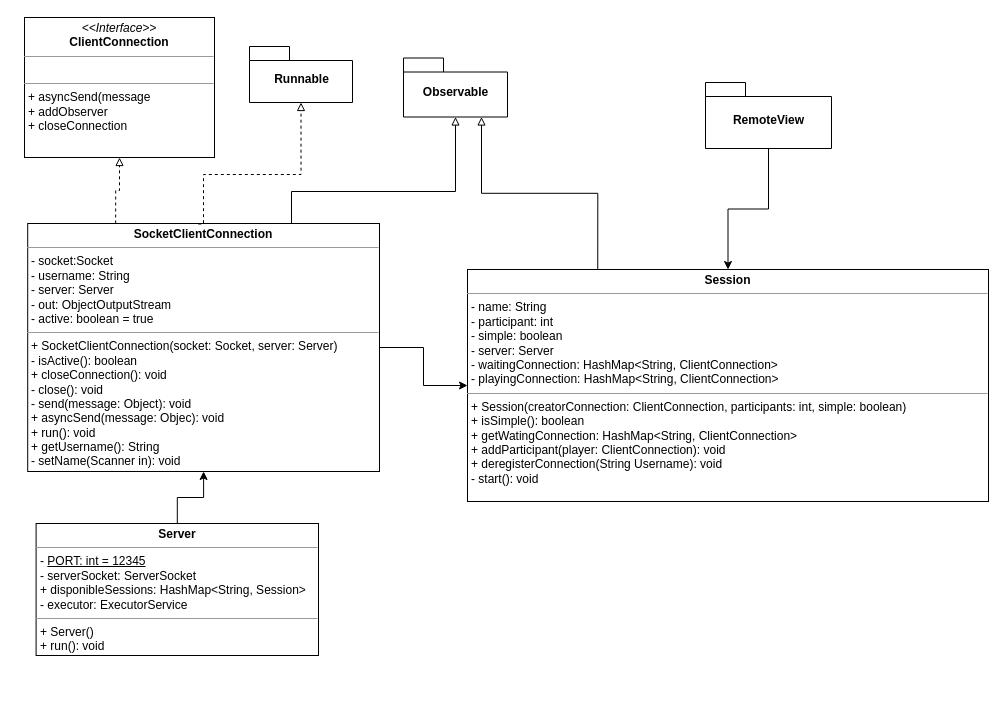
The draw.io diagram UML/Server.drawio in peppetort/POLIMI_SE_19-20_santorini, before the edit. Source tidied: cells renumbered, new cells numbered last; positions are measured from the earlier drawing's top-left corner, leaving out a move shared by most shapes. Both pictures are drawn from the tidied source at 100%, with x=0, y=0 at pixel (24, 17).
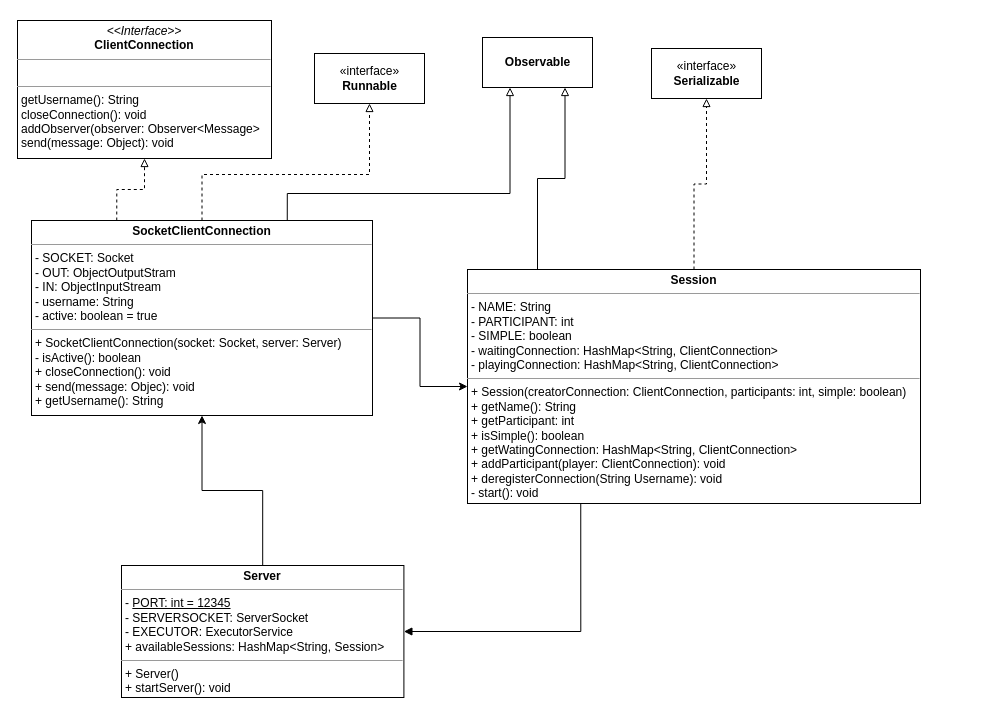
The same diagram, later.

The edit, as a diff of the source:
```diff
@@
-    <mxCell id="2" value="&lt;p style=&quot;margin: 0px ; margin-top: 4px ; text-align: center&quot;&gt;&lt;b&gt;Server&lt;/b&gt;&lt;/p&gt;&lt;hr size=&quot;1&quot;&gt;&lt;p style=&quot;margin: 0px ; margin-left: 4px&quot;&gt;&lt;span&gt;-&amp;nbsp;&lt;/span&gt;&lt;u&gt;PORT: int = 12345&lt;/u&gt;&lt;br&gt;&lt;/p&gt;&lt;p style=&quot;margin: 0px ; margin-left: 4px&quot;&gt;- serverSocket: ServerSocket&lt;/p&gt;&lt;p style=&quot;margin: 0px ; margin-left: 4px&quot;&gt;+ disponibleSessions: HashMap&amp;lt;String, Session&amp;gt;&lt;/p&gt;&lt;p style=&quot;margin: 0px ; margin-left: 4px&quot;&gt;- executor: ExecutorService&lt;/p&gt;&lt;hr size=&quot;1&quot;&gt;&lt;p style=&quot;margin: 0px ; margin-left: 4px&quot;&gt;+ Server()&lt;/p&gt;&lt;p style=&quot;margin: 0px ; margin-left: 4px&quot;&gt;&lt;span&gt;+ run(): void&lt;/span&gt;&lt;br&gt;&lt;/p&gt;" style="verticalAlign=top;align=left;overflow=fill;fontSize=12;fontFamily=Helvetica;html=1;" parent="1" vertex="1">
-      <mxGeometry x="11.6" y="506" width="282.4" height="132" as="geometry" />
+    <mxCell id="2" value="&lt;p style=&quot;margin: 4px 0px 0px ; text-align: center&quot;&gt;&lt;b&gt;Server&lt;/b&gt;&lt;/p&gt;&lt;hr size=&quot;1&quot;&gt;&lt;p style=&quot;margin: 0px 0px 0px 4px&quot;&gt;&lt;span&gt;-&amp;nbsp;&lt;/span&gt;&lt;u&gt;PORT: int = 12345&lt;/u&gt;&lt;br&gt;&lt;/p&gt;&lt;p style=&quot;margin: 0px 0px 0px 4px&quot;&gt;- SERVERSOCKET: ServerSocket&lt;/p&gt;&lt;p style=&quot;margin: 0px 0px 0px 4px&quot;&gt;- EXECUTOR: ExecutorService&lt;br&gt;&lt;/p&gt;&lt;p style=&quot;margin: 0px 0px 0px 4px&quot;&gt;+ availableSessions: HashMap&amp;lt;String, Session&amp;gt;&lt;/p&gt;&lt;hr size=&quot;1&quot;&gt;&lt;p style=&quot;margin: 0px 0px 0px 4px&quot;&gt;+ Server()&lt;/p&gt;&lt;p style=&quot;margin: 0px 0px 0px 4px&quot;&gt;&lt;span&gt;+ startServer(): void&lt;/span&gt;&lt;br&gt;&lt;/p&gt;" style="verticalAlign=top;align=left;overflow=fill;fontSize=12;fontFamily=Helvetica;html=1;" parent="1" vertex="1">
+      <mxGeometry x="97" y="548" width="282.4" height="132" as="geometry" />
     </mxCell>
@@
+    <mxCell id="16" style="edgeStyle=orthogonalEdgeStyle;rounded=0;jettySize=auto;html=1;exitX=0.75;exitY=0;exitDx=0;exitDy=0;endArrow=block;endFill=0;entryX=0.25;entryY=1;entryDx=0;entryDy=0;" parent="1" edge="1" source="5" target="12">
+      <mxGeometry relative="1" as="geometry">
+        <Array as="points">
+          <mxPoint x="263" y="176" />
+          <mxPoint x="486" y="176" />
+        </Array>
+      </mxGeometry>
+    </mxCell>
+    <mxCell id="17" style="edgeStyle=orthogonalEdgeStyle;rounded=0;jettySize=auto;html=1;dashed=1;endArrow=block;endFill=0;" parent="1" edge="1" source="5" target="21">
+      <mxGeometry relative="1" as="geometry">
+        <Array as="points">
+          <mxPoint x="178" y="157" />
+          <mxPoint x="345" y="157" />
+        </Array>
+      </mxGeometry>
+    </mxCell>
-    <mxCell id="5" value="&lt;p style=&quot;margin: 0px ; margin-top: 4px ; text-align: center&quot;&gt;&lt;b&gt;SocketClientConnection&lt;/b&gt;&lt;/p&gt;&lt;hr size=&quot;1&quot;&gt;&lt;p style=&quot;margin: 0px ; margin-left: 4px&quot;&gt;- socket:Socket&lt;/p&gt;&lt;p style=&quot;margin: 0px ; margin-left: 4px&quot;&gt;- username: String&lt;/p&gt;&lt;p style=&quot;margin: 0px ; margin-left: 4px&quot;&gt;- server: Server&lt;/p&gt;&lt;p style=&quot;margin: 0px ; margin-left: 4px&quot;&gt;- out: ObjectOutputStream&lt;/p&gt;&lt;p style=&quot;margin: 0px ; margin-left: 4px&quot;&gt;- active: boolean = true&lt;/p&gt;&lt;hr size=&quot;1&quot;&gt;&lt;p style=&quot;margin: 0px ; margin-left: 4px&quot;&gt;+ SocketClientConnection(socket: Socket, server: Server)&lt;/p&gt;&lt;p style=&quot;margin: 0px ; margin-left: 4px&quot;&gt;- isActive(): boolean&lt;/p&gt;&lt;p style=&quot;margin: 0px ; margin-left: 4px&quot;&gt;+ closeConnection(): void&lt;/p&gt;&lt;p style=&quot;margin: 0px ; margin-left: 4px&quot;&gt;- close(): void&lt;/p&gt;&lt;p style=&quot;margin: 0px ; margin-left: 4px&quot;&gt;- send(message: Object): void&lt;/p&gt;&lt;p style=&quot;margin: 0px ; margin-left: 4px&quot;&gt;+ asyncSend(message: Objec): void&lt;/p&gt;&lt;p style=&quot;margin: 0px ; margin-left: 4px&quot;&gt;+ run(): void&lt;/p&gt;&lt;p style=&quot;margin: 0px ; margin-left: 4px&quot;&gt;+ getUsername(): String&lt;/p&gt;&lt;p style=&quot;margin: 0px ; margin-left: 4px&quot;&gt;- setName(Scanner in): void&lt;/p&gt;&lt;p style=&quot;margin: 0px ; margin-left: 4px&quot;&gt;&lt;br&gt;&lt;/p&gt;" style="verticalAlign=top;align=left;overflow=fill;fontSize=12;fontFamily=Helvetica;html=1;" parent="1" vertex="1">
-      <mxGeometry x="3.2" y="206" width="351.8" height="248" as="geometry" />
+    <mxCell id="5" value="&lt;p style=&quot;margin: 0px ; margin-top: 4px ; text-align: center&quot;&gt;&lt;b&gt;SocketClientConnection&lt;/b&gt;&lt;/p&gt;&lt;hr size=&quot;1&quot;&gt;&lt;p style=&quot;margin: 0px ; margin-left: 4px&quot;&gt;- SOCKET: Socket&lt;/p&gt;&lt;p style=&quot;margin: 0px ; margin-left: 4px&quot;&gt;- OUT: ObjectOutputStram&lt;/p&gt;&lt;p style=&quot;margin: 0px ; margin-left: 4px&quot;&gt;- IN: ObjectInputStream&lt;/p&gt;&lt;p style=&quot;margin: 0px ; margin-left: 4px&quot;&gt;- username: String&lt;/p&gt;&lt;p style=&quot;margin: 0px ; margin-left: 4px&quot;&gt;- active: boolean = true&lt;/p&gt;&lt;hr size=&quot;1&quot;&gt;&lt;p style=&quot;margin: 0px ; margin-left: 4px&quot;&gt;+ SocketClientConnection(socket: Socket, server: Server)&lt;/p&gt;&lt;p style=&quot;margin: 0px ; margin-left: 4px&quot;&gt;- isActive(): boolean&lt;/p&gt;&lt;p style=&quot;margin: 0px ; margin-left: 4px&quot;&gt;+ closeConnection(): void&lt;/p&gt;&lt;p style=&quot;margin: 0px ; margin-left: 4px&quot;&gt;+ send(message: Objec): void&lt;/p&gt;&lt;p style=&quot;margin: 0px ; margin-left: 4px&quot;&gt;+ getUsername(): String&lt;/p&gt;&lt;p style=&quot;margin: 0px ; margin-left: 4px&quot;&gt;&lt;br&gt;&lt;/p&gt;" style="verticalAlign=top;align=left;overflow=fill;fontSize=12;fontFamily=Helvetica;html=1;" parent="1" vertex="1">
+      <mxGeometry x="7" y="203" width="341" height="195" as="geometry" />
     </mxCell>
-    <mxCell id="6" value="&lt;p style=&quot;margin: 0px ; margin-top: 4px ; text-align: center&quot;&gt;&lt;i&gt;&amp;lt;&amp;lt;Interface&amp;gt;&amp;gt;&lt;/i&gt;&lt;br&gt;&lt;b&gt;ClientConnection&lt;/b&gt;&lt;/p&gt;&lt;hr size=&quot;1&quot;&gt;&lt;p style=&quot;margin: 0px ; margin-left: 4px&quot;&gt;&lt;br&gt;&lt;/p&gt;&lt;hr size=&quot;1&quot;&gt;&lt;p style=&quot;margin: 0px ; margin-left: 4px&quot;&gt;+ asyncSend(message&lt;/p&gt;&lt;p style=&quot;margin: 0px ; margin-left: 4px&quot;&gt;+ addObserver&lt;/p&gt;&lt;p style=&quot;margin: 0px ; margin-left: 4px&quot;&gt;+ closeConnection&lt;/p&gt;" style="verticalAlign=top;align=left;overflow=fill;fontSize=12;fontFamily=Helvetica;html=1;" parent="1" vertex="1">
-      <mxGeometry width="190" height="140" as="geometry" />
+    <mxCell id="6" value="&lt;p style=&quot;margin: 0px ; margin-top: 4px ; text-align: center&quot;&gt;&lt;i&gt;&amp;lt;&amp;lt;Interface&amp;gt;&amp;gt;&lt;/i&gt;&lt;br&gt;&lt;b&gt;ClientConnection&lt;/b&gt;&lt;/p&gt;&lt;hr size=&quot;1&quot;&gt;&lt;p style=&quot;margin: 0px ; margin-left: 4px&quot;&gt;&lt;br&gt;&lt;/p&gt;&lt;hr size=&quot;1&quot;&gt;&lt;p style=&quot;margin: 0px ; margin-left: 4px&quot;&gt;getUsername(): String&lt;/p&gt;&lt;p style=&quot;margin: 0px ; margin-left: 4px&quot;&gt;closeConnection(): void&lt;/p&gt;&lt;p style=&quot;margin: 0px ; margin-left: 4px&quot;&gt;addObserver(observer: Observer&amp;lt;Message&amp;gt;&lt;/p&gt;&lt;p style=&quot;margin: 0px ; margin-left: 4px&quot;&gt;send(message: Object): void&lt;/p&gt;" style="verticalAlign=top;align=left;overflow=fill;fontSize=12;fontFamily=Helvetica;html=1;" parent="1" vertex="1">
+      <mxGeometry x="-7" y="3" width="254" height="138" as="geometry" />
     </mxCell>
@@
+    <mxCell id="15" style="edgeStyle=orthogonalEdgeStyle;rounded=0;jettySize=auto;html=1;entryX=0.75;entryY=1;entryDx=0;entryDy=0;endArrow=block;endFill=0;" parent="1" edge="1" source="8" target="12">
+      <mxGeometry relative="1" as="geometry">
+        <Array as="points">
+          <mxPoint x="513" y="161" />
+          <mxPoint x="541" y="161" />
+        </Array>
+      </mxGeometry>
+    </mxCell>
+    <mxCell id="18" style="edgeStyle=orthogonalEdgeStyle;rounded=0;jettySize=auto;html=1;endArrow=block;endFill=0;dashed=1;" parent="1" edge="1" source="8" target="20">
+      <mxGeometry relative="1" as="geometry" />
+    </mxCell>
+    <mxCell id="19" style="edgeStyle=orthogonalEdgeStyle;rounded=0;jettySize=auto;html=1;entryX=1;entryY=0.5;entryDx=0;entryDy=0;endArrow=block;endFill=1;exitX=0.25;exitY=1;exitDx=0;exitDy=0;" parent="1" edge="1" source="8" target="2">
+      <mxGeometry relative="1" as="geometry" />
+    </mxCell>
-    <mxCell id="8" value="&lt;p style=&quot;margin: 0px ; margin-top: 4px ; text-align: center&quot;&gt;&lt;b&gt;Session&lt;/b&gt;&lt;/p&gt;&lt;hr size=&quot;1&quot;&gt;&lt;p style=&quot;margin: 0px 0px 0px 4px&quot;&gt;- name: String&lt;/p&gt;&lt;p style=&quot;margin: 0px 0px 0px 4px&quot;&gt;- participant: int&lt;/p&gt;&lt;p style=&quot;margin: 0px 0px 0px 4px&quot;&gt;- simple: boolean&lt;/p&gt;&lt;p style=&quot;margin: 0px 0px 0px 4px&quot;&gt;- server: Server&lt;/p&gt;&lt;p style=&quot;margin: 0px 0px 0px 4px&quot;&gt;- waitingConnection: HashMap&amp;lt;String, ClientConnection&amp;gt;&lt;/p&gt;&lt;p style=&quot;margin: 0px 0px 0px 4px&quot;&gt;- playingConnection: HashMap&amp;lt;String, ClientConnection&amp;gt;&lt;/p&gt;&lt;hr size=&quot;1&quot;&gt;&lt;p style=&quot;margin: 0px 0px 0px 4px&quot;&gt;+ Session(creatorConnection: ClientConnection, participants: int, simple: boolean)&lt;/p&gt;&lt;p style=&quot;margin: 0px 0px 0px 4px&quot;&gt;+ isSimple(): boolean&lt;/p&gt;&lt;p style=&quot;margin: 0px 0px 0px 4px&quot;&gt;+ getWatingConnection: HashMap&amp;lt;String, ClientConnection&amp;gt;&lt;/p&gt;&lt;p style=&quot;margin: 0px 0px 0px 4px&quot;&gt;+&amp;nbsp;&lt;span&gt;addParticipant(player: ClientConnection): void&lt;/span&gt;&lt;/p&gt;&lt;p style=&quot;margin: 0px 0px 0px 4px&quot;&gt;&lt;span&gt;+ deregisterConnection(String Username): void&lt;/span&gt;&lt;/p&gt;&lt;div&gt;&lt;p style=&quot;margin: 0px 0px 0px 4px&quot;&gt;- start(): void&lt;/p&gt;&lt;/div&gt;&lt;div&gt;&lt;br&gt;&lt;/div&gt;" style="verticalAlign=top;align=left;overflow=fill;fontSize=12;fontFamily=Helvetica;html=1;" parent="1" vertex="1">
-      <mxGeometry x="443" y="252" width="521" height="232" as="geometry" />
+    <mxCell id="8" value="&lt;p style=&quot;margin: 0px ; margin-top: 4px ; text-align: center&quot;&gt;&lt;b&gt;Session&lt;/b&gt;&lt;/p&gt;&lt;hr size=&quot;1&quot;&gt;&lt;p style=&quot;margin: 0px 0px 0px 4px&quot;&gt;- NAME: String&lt;/p&gt;&lt;p style=&quot;margin: 0px 0px 0px 4px&quot;&gt;- PARTICIPANT: int&lt;/p&gt;&lt;p style=&quot;margin: 0px 0px 0px 4px&quot;&gt;- SIMPLE: boolean&lt;/p&gt;&lt;p style=&quot;margin: 0px 0px 0px 4px&quot;&gt;- waitingConnection: HashMap&amp;lt;String, ClientConnection&amp;gt;&lt;/p&gt;&lt;p style=&quot;margin: 0px 0px 0px 4px&quot;&gt;- playingConnection: HashMap&amp;lt;String, ClientConnection&amp;gt;&lt;/p&gt;&lt;hr size=&quot;1&quot;&gt;&lt;p style=&quot;margin: 0px 0px 0px 4px&quot;&gt;+ Session(creatorConnection: ClientConnection, participants: int, simple: boolean)&lt;/p&gt;&lt;p style=&quot;margin: 0px 0px 0px 4px&quot;&gt;+ getName(): String&lt;/p&gt;&lt;p style=&quot;margin: 0px 0px 0px 4px&quot;&gt;+ getParticipant: int&lt;/p&gt;&lt;p style=&quot;margin: 0px 0px 0px 4px&quot;&gt;+ isSimple(): boolean&lt;/p&gt;&lt;p style=&quot;margin: 0px 0px 0px 4px&quot;&gt;+ getWatingConnection: HashMap&amp;lt;String, ClientConnection&amp;gt;&lt;/p&gt;&lt;p style=&quot;margin: 0px 0px 0px 4px&quot;&gt;+&amp;nbsp;&lt;span&gt;addParticipant(player: ClientConnection): void&lt;/span&gt;&lt;/p&gt;&lt;p style=&quot;margin: 0px 0px 0px 4px&quot;&gt;&lt;span&gt;+ deregisterConnection(String Username): void&lt;/span&gt;&lt;/p&gt;&lt;div&gt;&lt;p style=&quot;margin: 0px 0px 0px 4px&quot;&gt;- start(): void&lt;/p&gt;&lt;/div&gt;&lt;div&gt;&lt;br&gt;&lt;/div&gt;" style="verticalAlign=top;align=left;overflow=fill;fontSize=12;fontFamily=Helvetica;html=1;" parent="1" vertex="1">
+      <mxGeometry x="443" y="252" width="453" height="234" as="geometry" />
     </mxCell>
-    <mxCell id="9" style="edgeStyle=orthogonalEdgeStyle;rounded=0;jettySize=auto;html=1;" parent="1" edge="1" source="10" target="8">
-      <mxGeometry relative="1" as="geometry" />
-    </mxCell>
-    <mxCell id="10" value="RemoteView" style="shape=folder;fontStyle=1;spacingTop=10;tabWidth=40;tabHeight=14;tabPosition=left;html=1;" parent="1" vertex="1">
-      <mxGeometry x="681" y="65" width="126" height="66" as="geometry" />
-    </mxCell>
-    <mxCell id="11" value="Runnable" style="shape=folder;fontStyle=1;spacingTop=10;tabWidth=40;tabHeight=14;tabPosition=left;html=1;" parent="1" vertex="1">
-      <mxGeometry x="225" y="29" width="103" height="56" as="geometry" />
-    </mxCell>
-    <mxCell id="12" value="Observable" style="shape=folder;fontStyle=1;spacingTop=10;tabWidth=40;tabHeight=14;tabPosition=left;html=1;" parent="1" vertex="1">
-      <mxGeometry x="379" y="40.5" width="104" height="59" as="geometry" />
+    <mxCell id="12" value="&lt;b&gt;Observable&lt;/b&gt;" style="html=1;" parent="1" vertex="1">
+      <mxGeometry x="458" y="20" width="110" height="50" as="geometry" />
     </mxCell>
-    <mxCell id="13" style="edgeStyle=orthogonalEdgeStyle;rounded=0;jettySize=auto;html=1;entryX=0.5;entryY=1;entryDx=0;entryDy=0;endArrow=block;endFill=0;dashed=1;entryPerimeter=0;exitX=0.485;exitY=0.002;exitDx=0;exitDy=0;exitPerimeter=0;" parent="1" edge="1" source="5" target="11">
-      <mxGeometry relative="1" as="geometry">
-        <Array as="points">
-          <mxPoint x="179" y="207" />
-          <mxPoint x="179" y="157" />
-          <mxPoint x="277" y="157" />
-        </Array>
-      </mxGeometry>
-    </mxCell>
-    <mxCell id="14" style="edgeStyle=orthogonalEdgeStyle;rounded=0;jettySize=auto;html=1;endArrow=block;endFill=0;" parent="1" edge="1" target="12">
-      <mxGeometry relative="1" as="geometry">
-        <mxPoint x="267" y="206" as="sourcePoint" />
-        <Array as="points">
-          <mxPoint x="267" y="174" />
-          <mxPoint x="431" y="174" />
-        </Array>
-      </mxGeometry>
-    </mxCell>
-    <mxCell id="15" style="edgeStyle=orthogonalEdgeStyle;rounded=0;jettySize=auto;html=1;entryX=0.75;entryY=1;entryDx=0;entryDy=0;endArrow=block;endFill=0;exitX=0.25;exitY=0;exitDx=0;exitDy=0;entryPerimeter=0;" parent="1" edge="1" source="8" target="12">
-      <mxGeometry relative="1" as="geometry" />
-    </mxCell>
+    <mxCell id="20" value="«interface»&lt;br&gt;&lt;b&gt;Serializable&lt;/b&gt;" style="html=1;" parent="1" vertex="1">
+      <mxGeometry x="627" y="31" width="110" height="50" as="geometry" />
+    </mxCell>
+    <mxCell id="21" value="«interface»&lt;br&gt;&lt;b&gt;Runnable&lt;/b&gt;" style="html=1;" parent="1" vertex="1">
+      <mxGeometry x="290" y="36" width="110" height="50" as="geometry" />
+    </mxCell>
```
